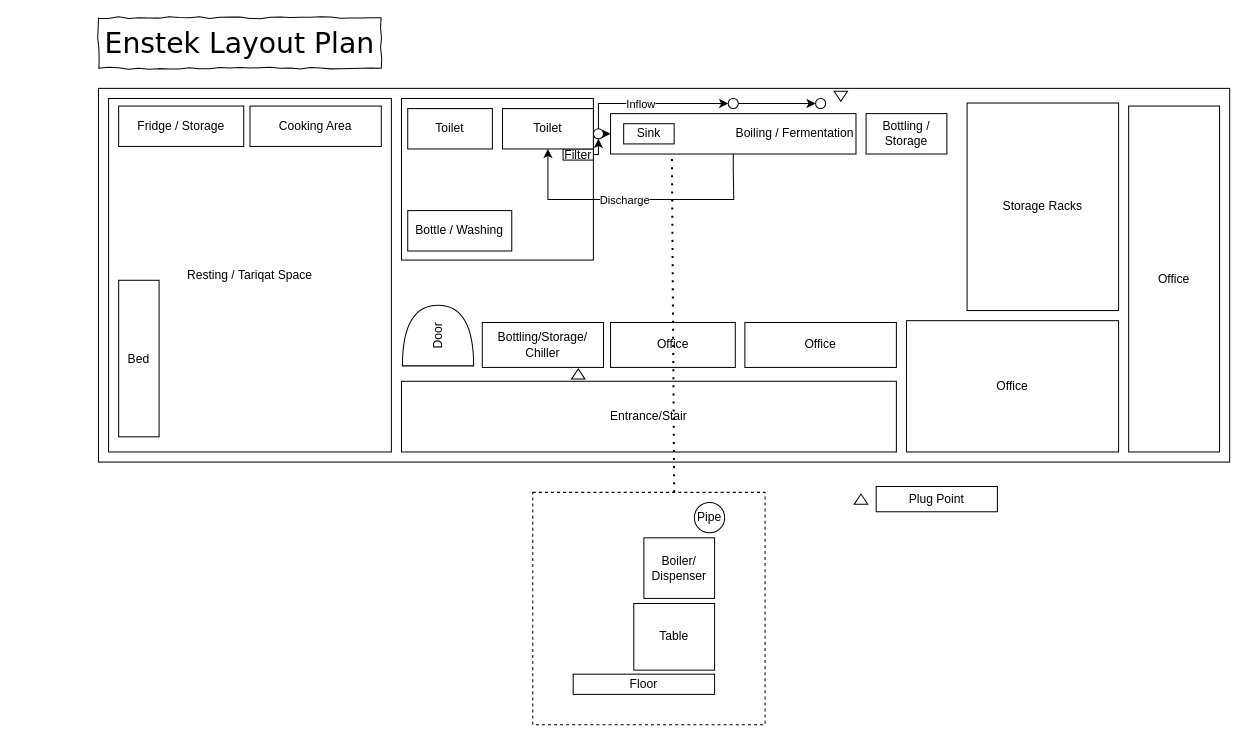
afirdaus04/layoutenstek keeps this draw.io diagram as Untitled Diagram.drawio. Above is the earlier version. Source tidied: cells renumbered, new cells numbered last; positions are measured from the earlier drawing's top-left corner, leaving out a move shared by most shapes. Both pictures are drawn from the tidied source at 101%, with x=0, y=0 at pixel (98, 17).
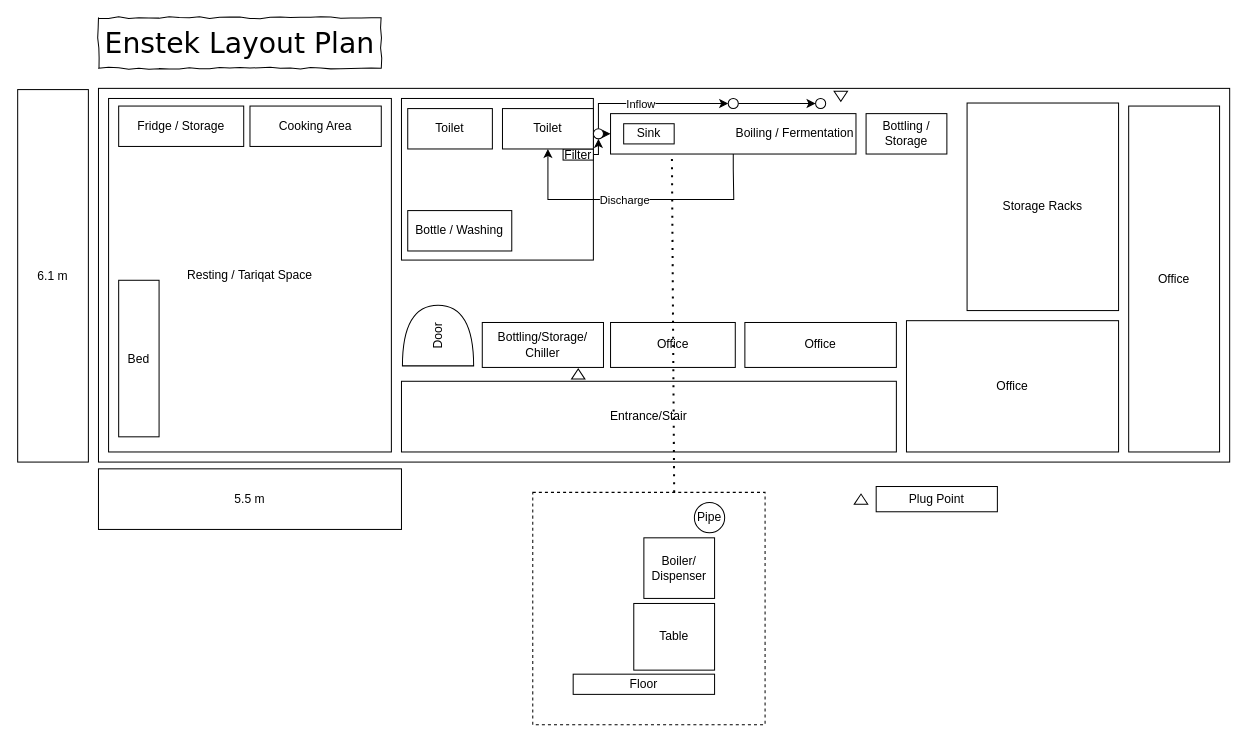
Above is the later version.

The edit, as a diff of the source:
```diff
@@
+    <mxCell id="44" value="5.5 m" style="rounded=0;whiteSpace=wrap;html=1;" parent="1" vertex="1">
+      <mxGeometry y="446.7" width="300" height="60" as="geometry" />
+    </mxCell>
+    <mxCell id="45" value="6.1 m" style="rounded=0;whiteSpace=wrap;html=1;" parent="1" vertex="1">
+      <mxGeometry x="-80" y="71.2" width="70" height="368.8" as="geometry" />
+    </mxCell>
```
